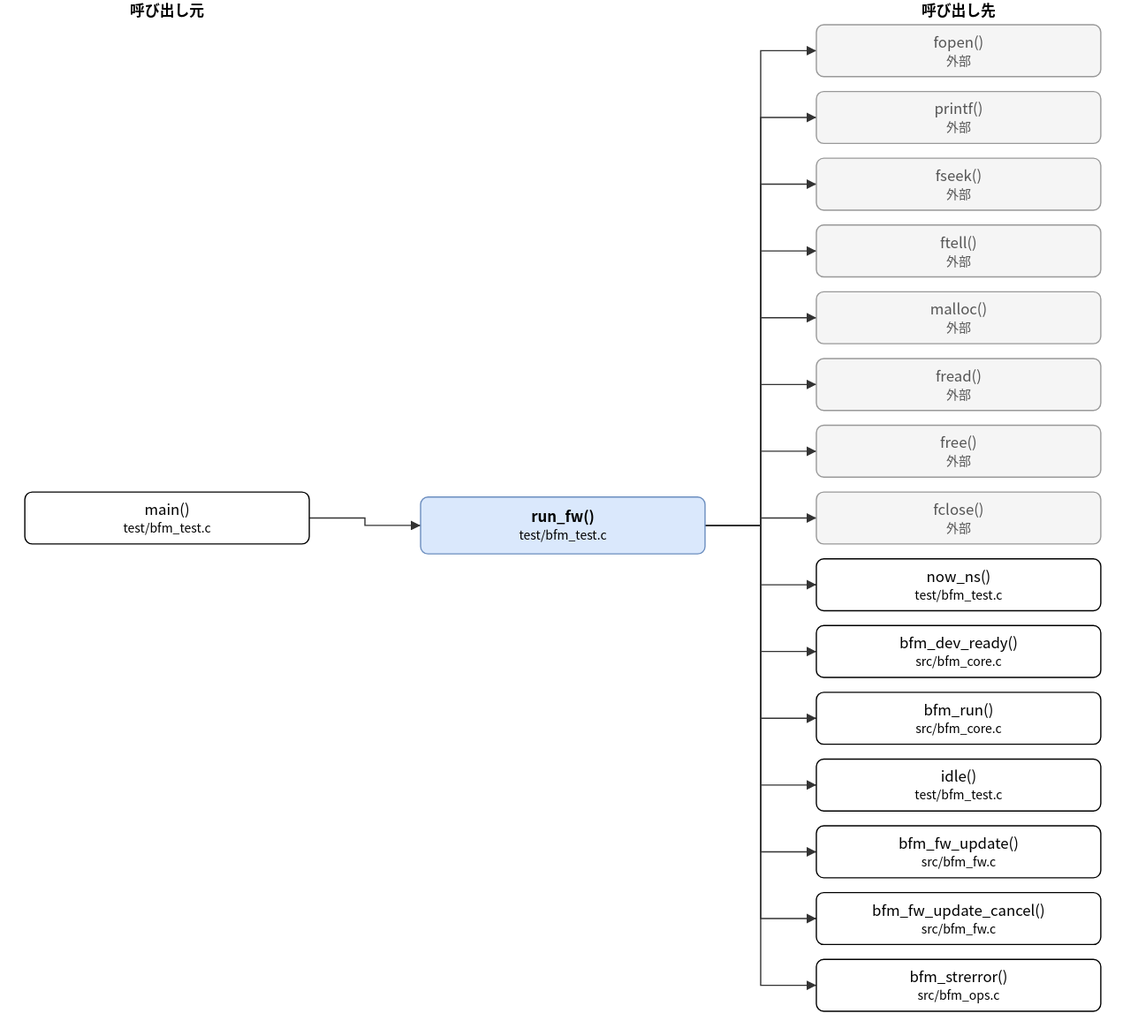
Before: doc/spec/images/call_test_bfm_test-run_fw.drawio.svg, a diagram exported from draw.io (hf355051012-ai/bfmem). Source tidied: cells renumbered, new cells last; positions are measured from the earlier drawing's top-left corner, leaving out a move shared by most shapes. Its diagram source:
```xml
<mxGraphModel>
  <root>
    <mxCell id="0" />
    <mxCell id="1" parent="0" />
    <mxCell id="2" value="run_fw()&lt;br&gt;&lt;font style=&quot;font-size:10px&quot;&gt;test/bfm_test.c&lt;/font&gt;" style="rounded=1;whiteSpace=wrap;html=1;fillColor=#dae8fc;strokeColor=#6c8ebf;fontStyle=1;" parent="1" vertex="1">
      <mxGeometry x="320" y="402" width="230" height="46" as="geometry" />
    </mxCell>
    <mxCell id="3" value="main()&lt;br&gt;&lt;font style=&quot;font-size:10px&quot;&gt;test/bfm_test.c&lt;/font&gt;" style="rounded=1;whiteSpace=wrap;html=1;" parent="1" vertex="1">
      <mxGeometry y="398" width="230" height="42" as="geometry" />
    </mxCell>
    <mxCell id="4" value="fopen()&lt;br&gt;&lt;font style=&quot;font-size:10px&quot;&gt;外部&lt;/font&gt;" style="rounded=1;whiteSpace=wrap;html=1;fillColor=#f5f5f5;strokeColor=#999999;fontColor=#555555;" parent="1" vertex="1">
      <mxGeometry x="640" y="20" width="230" height="42" as="geometry" />
    </mxCell>
    <mxCell id="5" value="printf()&lt;br&gt;&lt;font style=&quot;font-size:10px&quot;&gt;外部&lt;/font&gt;" style="rounded=1;whiteSpace=wrap;html=1;fillColor=#f5f5f5;strokeColor=#999999;fontColor=#555555;" parent="1" vertex="1">
      <mxGeometry x="640" y="74" width="230" height="42" as="geometry" />
    </mxCell>
    <mxCell id="6" value="fseek()&lt;br&gt;&lt;font style=&quot;font-size:10px&quot;&gt;外部&lt;/font&gt;" style="rounded=1;whiteSpace=wrap;html=1;fillColor=#f5f5f5;strokeColor=#999999;fontColor=#555555;" parent="1" vertex="1">
      <mxGeometry x="640" y="128" width="230" height="42" as="geometry" />
    </mxCell>
    <mxCell id="7" value="ftell()&lt;br&gt;&lt;font style=&quot;font-size:10px&quot;&gt;外部&lt;/font&gt;" style="rounded=1;whiteSpace=wrap;html=1;fillColor=#f5f5f5;strokeColor=#999999;fontColor=#555555;" parent="1" vertex="1">
      <mxGeometry x="640" y="182" width="230" height="42" as="geometry" />
    </mxCell>
    <mxCell id="8" value="malloc()&lt;br&gt;&lt;font style=&quot;font-size:10px&quot;&gt;外部&lt;/font&gt;" style="rounded=1;whiteSpace=wrap;html=1;fillColor=#f5f5f5;strokeColor=#999999;fontColor=#555555;" parent="1" vertex="1">
      <mxGeometry x="640" y="236" width="230" height="42" as="geometry" />
    </mxCell>
    <mxCell id="9" value="fread()&lt;br&gt;&lt;font style=&quot;font-size:10px&quot;&gt;外部&lt;/font&gt;" style="rounded=1;whiteSpace=wrap;html=1;fillColor=#f5f5f5;strokeColor=#999999;fontColor=#555555;" parent="1" vertex="1">
      <mxGeometry x="640" y="290" width="230" height="42" as="geometry" />
    </mxCell>
    <mxCell id="10" value="free()&lt;br&gt;&lt;font style=&quot;font-size:10px&quot;&gt;外部&lt;/font&gt;" style="rounded=1;whiteSpace=wrap;html=1;fillColor=#f5f5f5;strokeColor=#999999;fontColor=#555555;" parent="1" vertex="1">
      <mxGeometry x="640" y="344" width="230" height="42" as="geometry" />
    </mxCell>
    <mxCell id="11" value="fclose()&lt;br&gt;&lt;font style=&quot;font-size:10px&quot;&gt;外部&lt;/font&gt;" style="rounded=1;whiteSpace=wrap;html=1;fillColor=#f5f5f5;strokeColor=#999999;fontColor=#555555;" parent="1" vertex="1">
      <mxGeometry x="640" y="398" width="230" height="42" as="geometry" />
    </mxCell>
    <mxCell id="12" value="now_ns()&lt;br&gt;&lt;font style=&quot;font-size:10px&quot;&gt;test/bfm_test.c&lt;/font&gt;" style="rounded=1;whiteSpace=wrap;html=1;" parent="1" vertex="1">
      <mxGeometry x="640" y="452" width="230" height="42" as="geometry" />
    </mxCell>
    <mxCell id="13" value="bfm_dev_ready()&lt;br&gt;&lt;font style=&quot;font-size:10px&quot;&gt;src/bfm_core.c&lt;/font&gt;" style="rounded=1;whiteSpace=wrap;html=1;" parent="1" vertex="1">
      <mxGeometry x="640" y="506" width="230" height="42" as="geometry" />
    </mxCell>
    <mxCell id="14" value="bfm_run()&lt;br&gt;&lt;font style=&quot;font-size:10px&quot;&gt;src/bfm_core.c&lt;/font&gt;" style="rounded=1;whiteSpace=wrap;html=1;" parent="1" vertex="1">
      <mxGeometry x="640" y="560" width="230" height="42" as="geometry" />
    </mxCell>
    <mxCell id="15" value="idle()&lt;br&gt;&lt;font style=&quot;font-size:10px&quot;&gt;test/bfm_test.c&lt;/font&gt;" style="rounded=1;whiteSpace=wrap;html=1;" parent="1" vertex="1">
      <mxGeometry x="640" y="614" width="230" height="42" as="geometry" />
    </mxCell>
    <mxCell id="16" value="bfm_fw_update()&lt;br&gt;&lt;font style=&quot;font-size:10px&quot;&gt;src/bfm_fw.c&lt;/font&gt;" style="rounded=1;whiteSpace=wrap;html=1;" parent="1" vertex="1">
      <mxGeometry x="640" y="668" width="230" height="42" as="geometry" />
    </mxCell>
    <mxCell id="17" value="bfm_fw_update_cancel()&lt;br&gt;&lt;font style=&quot;font-size:10px&quot;&gt;src/bfm_fw.c&lt;/font&gt;" style="rounded=1;whiteSpace=wrap;html=1;" parent="1" vertex="1">
      <mxGeometry x="640" y="722" width="230" height="42" as="geometry" />
    </mxCell>
    <mxCell id="18" value="bfm_strerror()&lt;br&gt;&lt;font style=&quot;font-size:10px&quot;&gt;src/bfm_ops.c&lt;/font&gt;" style="rounded=1;whiteSpace=wrap;html=1;" parent="1" vertex="1">
      <mxGeometry x="640" y="776" width="230" height="42" as="geometry" />
    </mxCell>
    <mxCell id="19" style="edgeStyle=none;html=1;rounded=0;endArrow=block;endFill=1;exitX=1.0000;exitY=0.5000;exitDx=0;exitDy=0;exitPerimeter=0;entryX=0.0000;entryY=0.5000;entryDx=0;entryDy=0;entryPerimeter=0;" parent="1" edge="1" source="3" target="2">
      <mxGeometry relative="1" as="geometry">
        <Array as="points">
          <mxPoint x="275" y="419" />
          <mxPoint x="275" y="425" />
        </Array>
      </mxGeometry>
    </mxCell>
    <mxCell id="20" style="edgeStyle=none;html=1;rounded=0;endArrow=block;endFill=1;exitX=1.0000;exitY=0.5000;exitDx=0;exitDy=0;exitPerimeter=0;entryX=0.0000;entryY=0.5000;entryDx=0;entryDy=0;entryPerimeter=0;" parent="1" edge="1" source="2" target="4">
      <mxGeometry relative="1" as="geometry">
        <Array as="points">
          <mxPoint x="595" y="425" />
          <mxPoint x="595" y="41" />
        </Array>
      </mxGeometry>
    </mxCell>
    <mxCell id="21" style="edgeStyle=none;html=1;rounded=0;endArrow=block;endFill=1;exitX=1.0000;exitY=0.5000;exitDx=0;exitDy=0;exitPerimeter=0;entryX=0.0000;entryY=0.5000;entryDx=0;entryDy=0;entryPerimeter=0;" parent="1" edge="1" source="2" target="5">
      <mxGeometry relative="1" as="geometry">
        <Array as="points">
          <mxPoint x="595" y="425" />
          <mxPoint x="595" y="95" />
        </Array>
      </mxGeometry>
    </mxCell>
    <mxCell id="22" style="edgeStyle=none;html=1;rounded=0;endArrow=block;endFill=1;exitX=1.0000;exitY=0.5000;exitDx=0;exitDy=0;exitPerimeter=0;entryX=0.0000;entryY=0.5000;entryDx=0;entryDy=0;entryPerimeter=0;" parent="1" edge="1" source="2" target="6">
      <mxGeometry relative="1" as="geometry">
        <Array as="points">
          <mxPoint x="595" y="425" />
          <mxPoint x="595" y="149" />
        </Array>
      </mxGeometry>
    </mxCell>
    <mxCell id="23" style="edgeStyle=none;html=1;rounded=0;endArrow=block;endFill=1;exitX=1.0000;exitY=0.5000;exitDx=0;exitDy=0;exitPerimeter=0;entryX=0.0000;entryY=0.5000;entryDx=0;entryDy=0;entryPerimeter=0;" parent="1" edge="1" source="2" target="7">
      <mxGeometry relative="1" as="geometry">
        <Array as="points">
          <mxPoint x="595" y="425" />
          <mxPoint x="595" y="203" />
        </Array>
      </mxGeometry>
    </mxCell>
    <mxCell id="24" style="edgeStyle=none;html=1;rounded=0;endArrow=block;endFill=1;exitX=1.0000;exitY=0.5000;exitDx=0;exitDy=0;exitPerimeter=0;entryX=0.0000;entryY=0.5000;entryDx=0;entryDy=0;entryPerimeter=0;" parent="1" edge="1" source="2" target="8">
      <mxGeometry relative="1" as="geometry">
        <Array as="points">
          <mxPoint x="595" y="425" />
          <mxPoint x="595" y="257" />
        </Array>
      </mxGeometry>
    </mxCell>
    <mxCell id="25" style="edgeStyle=none;html=1;rounded=0;endArrow=block;endFill=1;exitX=1.0000;exitY=0.5000;exitDx=0;exitDy=0;exitPerimeter=0;entryX=0.0000;entryY=0.5000;entryDx=0;entryDy=0;entryPerimeter=0;" parent="1" edge="1" source="2" target="9">
      <mxGeometry relative="1" as="geometry">
        <Array as="points">
          <mxPoint x="595" y="425" />
          <mxPoint x="595" y="311" />
        </Array>
      </mxGeometry>
    </mxCell>
    <mxCell id="26" style="edgeStyle=none;html=1;rounded=0;endArrow=block;endFill=1;exitX=1.0000;exitY=0.5000;exitDx=0;exitDy=0;exitPerimeter=0;entryX=0.0000;entryY=0.5000;entryDx=0;entryDy=0;entryPerimeter=0;" parent="1" edge="1" source="2" target="10">
      <mxGeometry relative="1" as="geometry">
        <Array as="points">
          <mxPoint x="595" y="425" />
          <mxPoint x="595" y="365" />
        </Array>
      </mxGeometry>
    </mxCell>
    <mxCell id="27" style="edgeStyle=none;html=1;rounded=0;endArrow=block;endFill=1;exitX=1.0000;exitY=0.5000;exitDx=0;exitDy=0;exitPerimeter=0;entryX=0.0000;entryY=0.5000;entryDx=0;entryDy=0;entryPerimeter=0;" parent="1" edge="1" source="2" target="11">
      <mxGeometry relative="1" as="geometry">
        <Array as="points">
          <mxPoint x="595" y="425" />
          <mxPoint x="595" y="419" />
        </Array>
      </mxGeometry>
    </mxCell>
    <mxCell id="28" style="edgeStyle=none;html=1;rounded=0;endArrow=block;endFill=1;exitX=1.0000;exitY=0.5000;exitDx=0;exitDy=0;exitPerimeter=0;entryX=0.0000;entryY=0.5000;entryDx=0;entryDy=0;entryPerimeter=0;" parent="1" edge="1" source="2" target="12">
      <mxGeometry relative="1" as="geometry">
        <Array as="points">
          <mxPoint x="595" y="425" />
          <mxPoint x="595" y="473" />
        </Array>
      </mxGeometry>
    </mxCell>
    <mxCell id="29" style="edgeStyle=none;html=1;rounded=0;endArrow=block;endFill=1;exitX=1.0000;exitY=0.5000;exitDx=0;exitDy=0;exitPerimeter=0;entryX=0.0000;entryY=0.5000;entryDx=0;entryDy=0;entryPerimeter=0;" parent="1" edge="1" source="2" target="13">
      <mxGeometry relative="1" as="geometry">
        <Array as="points">
          <mxPoint x="595" y="425" />
          <mxPoint x="595" y="527" />
        </Array>
      </mxGeometry>
    </mxCell>
    <mxCell id="30" style="edgeStyle=none;html=1;rounded=0;endArrow=block;endFill=1;exitX=1.0000;exitY=0.5000;exitDx=0;exitDy=0;exitPerimeter=0;entryX=0.0000;entryY=0.5000;entryDx=0;entryDy=0;entryPerimeter=0;" parent="1" edge="1" source="2" target="14">
      <mxGeometry relative="1" as="geometry">
        <Array as="points">
          <mxPoint x="595" y="425" />
          <mxPoint x="595" y="581" />
        </Array>
      </mxGeometry>
    </mxCell>
    <mxCell id="31" style="edgeStyle=none;html=1;rounded=0;endArrow=block;endFill=1;exitX=1.0000;exitY=0.5000;exitDx=0;exitDy=0;exitPerimeter=0;entryX=0.0000;entryY=0.5000;entryDx=0;entryDy=0;entryPerimeter=0;" parent="1" edge="1" source="2" target="15">
      <mxGeometry relative="1" as="geometry">
        <Array as="points">
          <mxPoint x="595" y="425" />
          <mxPoint x="595" y="635" />
        </Array>
      </mxGeometry>
    </mxCell>
    <mxCell id="32" style="edgeStyle=none;html=1;rounded=0;endArrow=block;endFill=1;exitX=1.0000;exitY=0.5000;exitDx=0;exitDy=0;exitPerimeter=0;entryX=0.0000;entryY=0.5000;entryDx=0;entryDy=0;entryPerimeter=0;" parent="1" edge="1" source="2" target="16">
      <mxGeometry relative="1" as="geometry">
        <Array as="points">
          <mxPoint x="595" y="425" />
          <mxPoint x="595" y="689" />
        </Array>
      </mxGeometry>
    </mxCell>
    <mxCell id="33" style="edgeStyle=none;html=1;rounded=0;endArrow=block;endFill=1;exitX=1.0000;exitY=0.5000;exitDx=0;exitDy=0;exitPerimeter=0;entryX=0.0000;entryY=0.5000;entryDx=0;entryDy=0;entryPerimeter=0;" parent="1" edge="1" source="2" target="17">
      <mxGeometry relative="1" as="geometry">
        <Array as="points">
          <mxPoint x="595" y="425" />
          <mxPoint x="595" y="743" />
        </Array>
      </mxGeometry>
    </mxCell>
    <mxCell id="34" style="edgeStyle=none;html=1;rounded=0;endArrow=block;endFill=1;exitX=1.0000;exitY=0.5000;exitDx=0;exitDy=0;exitPerimeter=0;entryX=0.0000;entryY=0.5000;entryDx=0;entryDy=0;entryPerimeter=0;" parent="1" edge="1" source="2" target="18">
      <mxGeometry relative="1" as="geometry">
        <Array as="points">
          <mxPoint x="595" y="425" />
          <mxPoint x="595" y="797" />
        </Array>
      </mxGeometry>
    </mxCell>
    <mxCell id="35" value="呼び出し元" style="text;html=1;align=center;fontStyle=1;" parent="1" vertex="1">
      <mxGeometry x="35" width="160" height="18" as="geometry" />
    </mxCell>
    <mxCell id="36" value="呼び出し先" style="text;html=1;align=center;fontStyle=1;" parent="1" vertex="1">
      <mxGeometry x="675" width="160" height="18" as="geometry" />
    </mxCell>
  </root>
</mxGraphModel>
```
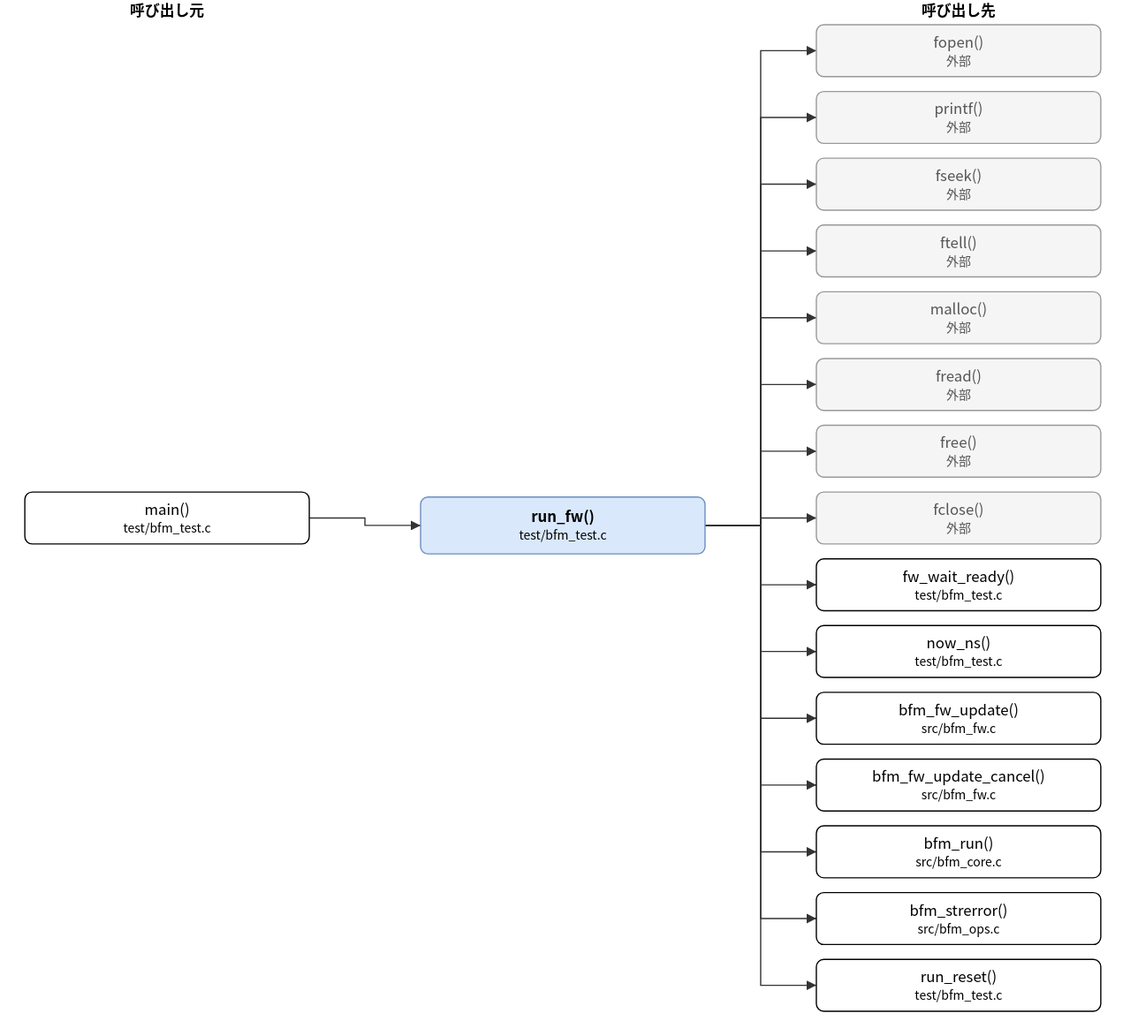
The same diagram one commit later.

What changed in the source:
```diff
@@ -32,25 +32,25 @@
     <mxCell id="11" value="fclose()&lt;br&gt;&lt;font style=&quot;font-size:10px&quot;&gt;外部&lt;/font&gt;" style="rounded=1;whiteSpace=wrap;html=1;fillColor=#f5f5f5;strokeColor=#999999;fontColor=#555555;" parent="1" vertex="1">
       <mxGeometry x="640" y="398" width="230" height="42" as="geometry" />
     </mxCell>
-    <mxCell id="12" value="now_ns()&lt;br&gt;&lt;font style=&quot;font-size:10px&quot;&gt;test/bfm_test.c&lt;/font&gt;" style="rounded=1;whiteSpace=wrap;html=1;" parent="1" vertex="1">
+    <mxCell id="12" value="fw_wait_ready()&lt;br&gt;&lt;font style=&quot;font-size:10px&quot;&gt;test/bfm_test.c&lt;/font&gt;" style="rounded=1;whiteSpace=wrap;html=1;" parent="1" vertex="1">
       <mxGeometry x="640" y="452" width="230" height="42" as="geometry" />
     </mxCell>
-    <mxCell id="13" value="bfm_dev_ready()&lt;br&gt;&lt;font style=&quot;font-size:10px&quot;&gt;src/bfm_core.c&lt;/font&gt;" style="rounded=1;whiteSpace=wrap;html=1;" parent="1" vertex="1">
+    <mxCell id="13" value="now_ns()&lt;br&gt;&lt;font style=&quot;font-size:10px&quot;&gt;test/bfm_test.c&lt;/font&gt;" style="rounded=1;whiteSpace=wrap;html=1;" parent="1" vertex="1">
       <mxGeometry x="640" y="506" width="230" height="42" as="geometry" />
     </mxCell>
-    <mxCell id="14" value="bfm_run()&lt;br&gt;&lt;font style=&quot;font-size:10px&quot;&gt;src/bfm_core.c&lt;/font&gt;" style="rounded=1;whiteSpace=wrap;html=1;" parent="1" vertex="1">
+    <mxCell id="14" value="bfm_fw_update()&lt;br&gt;&lt;font style=&quot;font-size:10px&quot;&gt;src/bfm_fw.c&lt;/font&gt;" style="rounded=1;whiteSpace=wrap;html=1;" parent="1" vertex="1">
       <mxGeometry x="640" y="560" width="230" height="42" as="geometry" />
     </mxCell>
-    <mxCell id="15" value="idle()&lt;br&gt;&lt;font style=&quot;font-size:10px&quot;&gt;test/bfm_test.c&lt;/font&gt;" style="rounded=1;whiteSpace=wrap;html=1;" parent="1" vertex="1">
+    <mxCell id="15" value="bfm_fw_update_cancel()&lt;br&gt;&lt;font style=&quot;font-size:10px&quot;&gt;src/bfm_fw.c&lt;/font&gt;" style="rounded=1;whiteSpace=wrap;html=1;" parent="1" vertex="1">
       <mxGeometry x="640" y="614" width="230" height="42" as="geometry" />
     </mxCell>
-    <mxCell id="16" value="bfm_fw_update()&lt;br&gt;&lt;font style=&quot;font-size:10px&quot;&gt;src/bfm_fw.c&lt;/font&gt;" style="rounded=1;whiteSpace=wrap;html=1;" parent="1" vertex="1">
+    <mxCell id="16" value="bfm_run()&lt;br&gt;&lt;font style=&quot;font-size:10px&quot;&gt;src/bfm_core.c&lt;/font&gt;" style="rounded=1;whiteSpace=wrap;html=1;" parent="1" vertex="1">
       <mxGeometry x="640" y="668" width="230" height="42" as="geometry" />
     </mxCell>
-    <mxCell id="17" value="bfm_fw_update_cancel()&lt;br&gt;&lt;font style=&quot;font-size:10px&quot;&gt;src/bfm_fw.c&lt;/font&gt;" style="rounded=1;whiteSpace=wrap;html=1;" parent="1" vertex="1">
+    <mxCell id="17" value="bfm_strerror()&lt;br&gt;&lt;font style=&quot;font-size:10px&quot;&gt;src/bfm_ops.c&lt;/font&gt;" style="rounded=1;whiteSpace=wrap;html=1;" parent="1" vertex="1">
       <mxGeometry x="640" y="722" width="230" height="42" as="geometry" />
     </mxCell>
-    <mxCell id="18" value="bfm_strerror()&lt;br&gt;&lt;font style=&quot;font-size:10px&quot;&gt;src/bfm_ops.c&lt;/font&gt;" style="rounded=1;whiteSpace=wrap;html=1;" parent="1" vertex="1">
+    <mxCell id="18" value="run_reset()&lt;br&gt;&lt;font style=&quot;font-size:10px&quot;&gt;test/bfm_test.c&lt;/font&gt;" style="rounded=1;whiteSpace=wrap;html=1;" parent="1" vertex="1">
       <mxGeometry x="640" y="776" width="230" height="42" as="geometry" />
     </mxCell>
     <mxCell id="19" style="edgeStyle=none;html=1;rounded=0;endArrow=block;endFill=1;exitX=1.0000;exitY=0.5000;exitDx=0;exitDy=0;exitPerimeter=0;entryX=0.0000;entryY=0.5000;entryDx=0;entryDy=0;entryPerimeter=0;" parent="1" edge="1" source="3" target="2">
```
